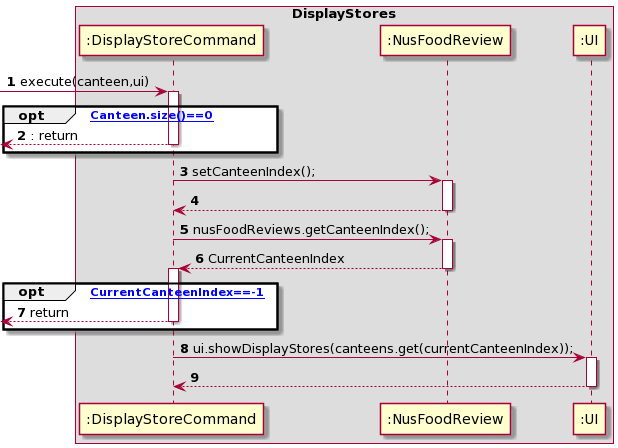
Before: docs/img/DisplayStores.png, a diagram exported from PlantUML (nagiteja/tp).
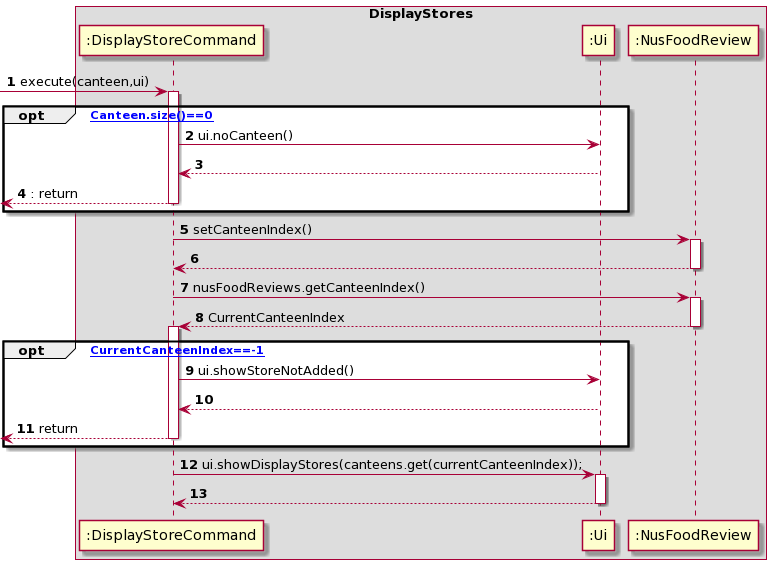
The same file after the commit.

Diff of the diagram source:
```diff
@@ -6,16 +6,18 @@
 -> ":DisplayStoreCommand" : execute(canteen,ui)
 activate ":DisplayStoreCommand"
 opt [Canteen.size()==0]
+":DisplayStoreCommand" -> ":Ui" : ui.noCanteen()
+":Ui" --> ":DisplayStoreCommand"
 return : return
 end
 
-":DisplayStoreCommand" -> ":NusFoodReview" : setCanteenIndex();
+":DisplayStoreCommand" -> ":NusFoodReview" : setCanteenIndex()
 activate ":NusFoodReview"
 ":NusFoodReview" --> ":DisplayStoreCommand"
 deactivate ":NusFoodReview"
 
 
-":DisplayStoreCommand" -> ":NusFoodReview" : nusFoodReviews.getCanteenIndex();
+":DisplayStoreCommand" -> ":NusFoodReview" : nusFoodReviews.getCanteenIndex()
 activate ":NusFoodReview"
 ":NusFoodReview" --> ":DisplayStoreCommand" : CurrentCanteenIndex
 deactivate ":NusFoodReview"
@@ -23,13 +25,15 @@
 
 opt [CurrentCanteenIndex==-1]
 activate ":DisplayStoreCommand"
+":DisplayStoreCommand" -> ":Ui" : ui.showStoreNotAdded()
+":Ui" --> ":DisplayStoreCommand"
 <-- ":DisplayStoreCommand" : return
 deactivate ":DisplayStoreCommand"
 end
 
 
-":DisplayStoreCommand" -> ":UI" : ui.showDisplayStores(canteens.get(currentCanteenIndex));
-activate ":UI"
-":UI" --> ":DisplayStoreCommand"
-deactivate ":UI"
+":DisplayStoreCommand" -> ":Ui" : ui.showDisplayStores(canteens.get(currentCanteenIndex));
+activate ":Ui"
+":Ui" --> ":DisplayStoreCommand"
+deactivate ":Ui"
 @enduml
```
